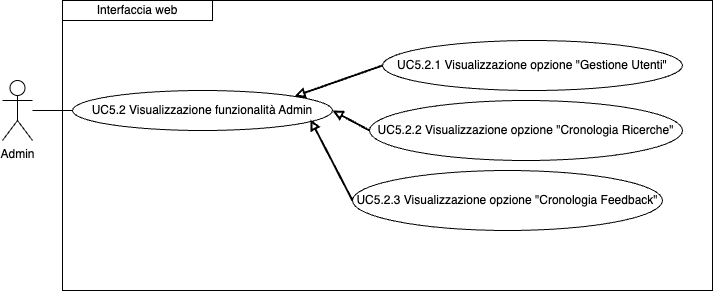
Before: imgs/Uml/UC5.2.png, a diagram exported from draw.io (ShameIRL/farmacode). Source tidied: cells renumbered, new cells last; positions are measured from the earlier drawing's top-left corner, leaving out a move shared by most shapes.
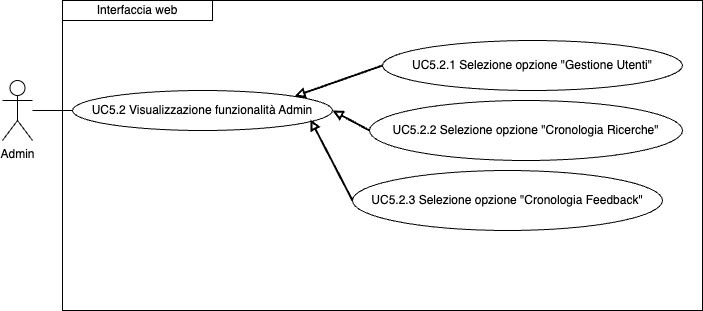
The same diagram one commit later.

Diff of the diagram source:
```diff
@@ -2,13 +2,13 @@
   <root>
     <mxCell id="0" />
     <mxCell id="1" parent="0" />
-    <mxCell id="2" value="UC5.2.1 Visualizzazione opzione &quot;Gestione Utenti&quot;" style="ellipse;whiteSpace=wrap;html=1;" parent="1" vertex="1">
+    <mxCell id="2" value="UC5.2.1 Selezione opzione &quot;Gestione Utenti&quot;" style="ellipse;whiteSpace=wrap;html=1;" parent="1" vertex="1">
       <mxGeometry x="380" y="40" width="300" height="50" as="geometry" />
     </mxCell>
-    <mxCell id="3" value="UC5.2.2 Visualizzazione opzione &quot;Cronologia Ricerche&quot;" style="ellipse;whiteSpace=wrap;html=1;" parent="1" vertex="1">
+    <mxCell id="3" value="UC5.2.2 Selezione opzione &quot;Cronologia Ricerche&quot;" style="ellipse;whiteSpace=wrap;html=1;" parent="1" vertex="1">
       <mxGeometry x="367" y="100" width="313" height="60" as="geometry" />
     </mxCell>
-    <mxCell id="4" value="UC5.2.3 Visualizzazione opzione &quot;Cronologia Feedback&quot;" style="ellipse;whiteSpace=wrap;html=1;" parent="1" vertex="1">
+    <mxCell id="4" value="UC5.2.3 Selezione opzione &quot;Cronologia Feedback&quot;" style="ellipse;whiteSpace=wrap;html=1;" parent="1" vertex="1">
       <mxGeometry x="350" y="170" width="310" height="60" as="geometry" />
     </mxCell>
     <mxCell id="5" value="UC5.2 Visualizzazione funzionalità Admin" style="ellipse;whiteSpace=wrap;html=1;" parent="1" vertex="1">
@@ -35,8 +35,8 @@
     <mxCell id="11" value="Interfaccia web" style="rounded=0;whiteSpace=wrap;html=1;" parent="1" vertex="1">
       <mxGeometry x="60" width="150" height="20" as="geometry" />
     </mxCell>
-    <mxCell id="12" style="rounded=0;whiteSpace=wrap;html=1;fillColor=none;" parent="1" vertex="1">
-      <mxGeometry x="60" width="650" height="290" as="geometry" />
-    </mxCell>
+    <mxCell id="13" style="rounded=0;whiteSpace=wrap;html=1;fillColor=none;" parent="1" vertex="1">
+      <mxGeometry x="60" width="640" height="310" as="geometry" />
+    </mxCell>
   </root>
 </mxGraphModel>
```
